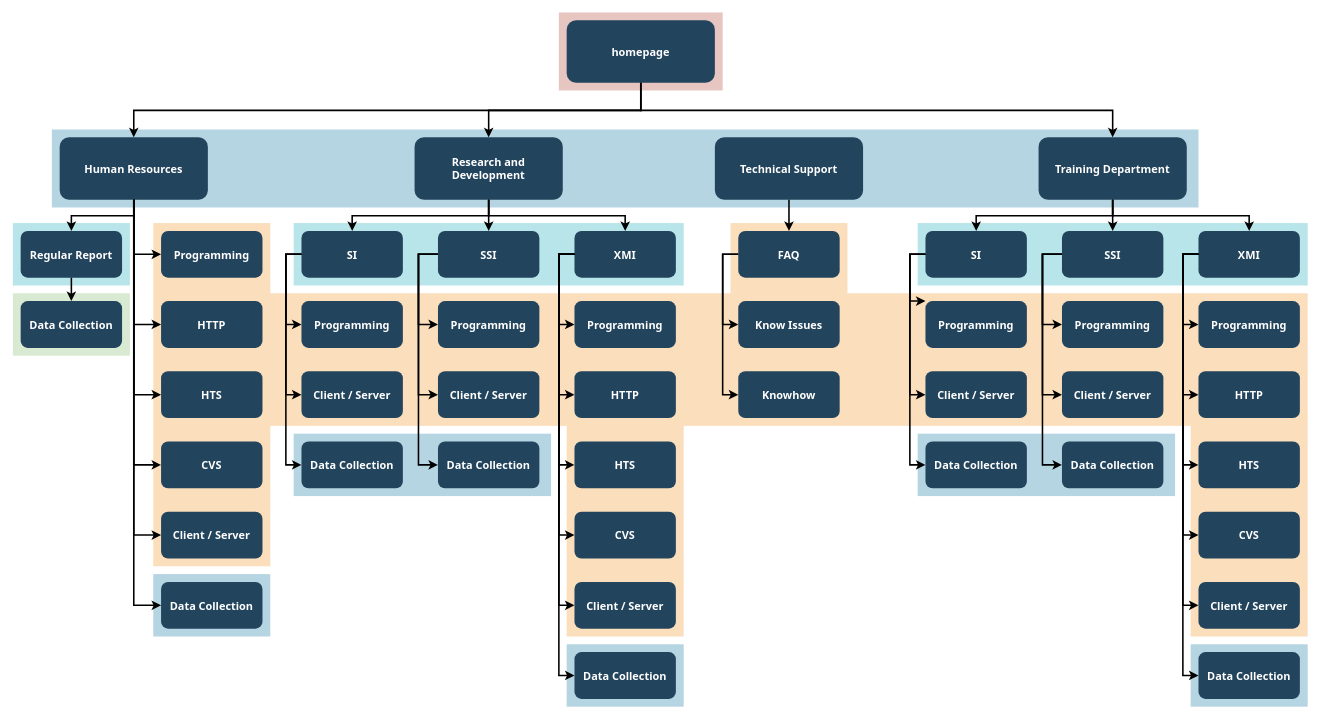
Before: page "Page-1" (1 of 2) of Untitled Diagram.drawio in xavierlmendez/Pathways, a draw.io diagram. Source tidied: cells renumbered, new cells numbered last; positions are measured from the earlier drawing's top-left corner, leaving out a move shared by most shapes. Both pictures are drawn from the tidied source at 78%, with x=0, y=0 at pixel (12, 12).
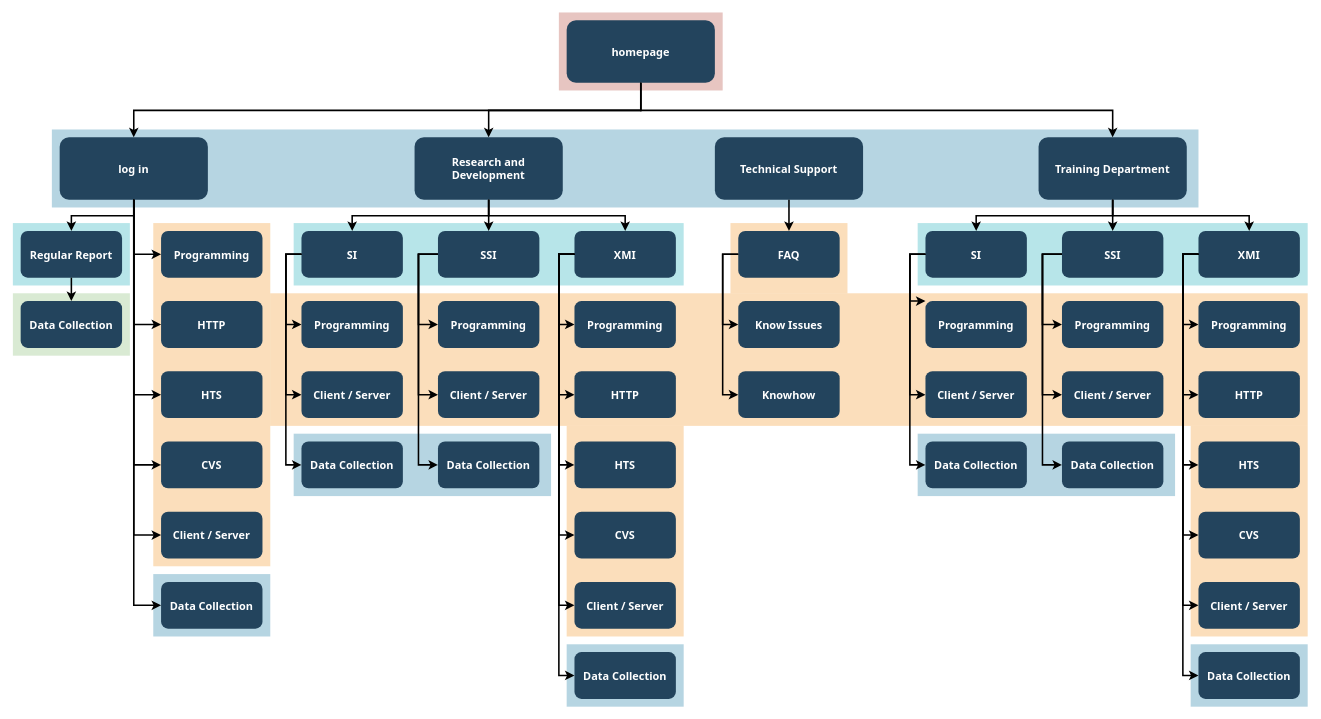
After the change.

What changed in the source:
```diff
@@
-    <mxCell id="23" value="Human Resources" style="rounded=1;fillColor=#23445D;gradientColor=none;strokeColor=none;fontColor=#FFFFFF;fontStyle=1;fontFamily=Tahoma;fontSize=14;" parent="1" vertex="1">
+    <mxCell id="23" value="log in" style="rounded=1;fillColor=#23445D;gradientColor=none;strokeColor=none;fontColor=#FFFFFF;fontStyle=1;fontFamily=Tahoma;fontSize=14;" parent="1" vertex="1">
       <mxGeometry x="60" y="159.5" width="190" height="80" as="geometry" />
     </mxCell>
```
